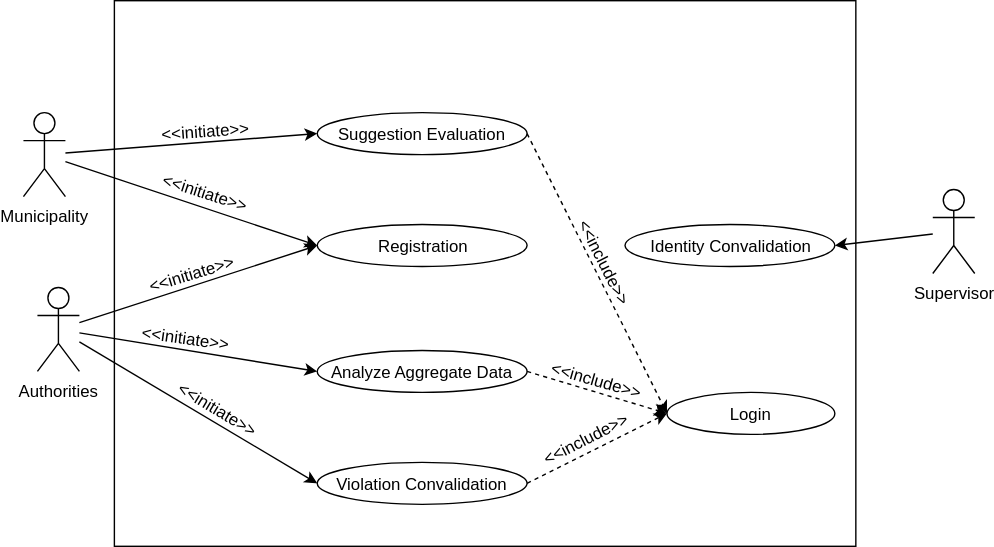
Above: Documentation/RASD/Images/UseCaseThirdparty.svg in AndreaFalanti/FalantiHuang-SwEngineering2 (draw.io), before the change. Source tidied: cells renumbered, new cells last; positions are measured from the earlier drawing's top-left corner, leaving out a move shared by most shapes.
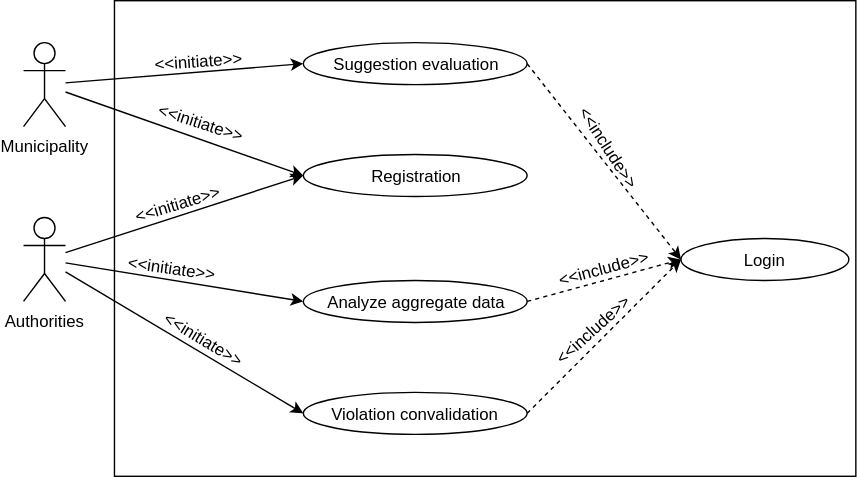
After the commit.

Change to the diagram source:
```diff
@@ -3,7 +3,7 @@
     <mxCell id="0" />
     <mxCell id="1" parent="0" />
     <mxCell id="2" style="rounded=0;whiteSpace=wrap;html=1;fillColor=none;labelBackgroundColor=none;" parent="1" vertex="1">
-      <mxGeometry x="65" width="530" height="390" as="geometry" />
+      <mxGeometry x="75" y="50" width="530" height="340" as="geometry" />
     </mxCell>
     <mxCell id="3" style="rounded=0;jettySize=auto;html=1;entryX=0;entryY=0.5;entryDx=0;entryDy=0;labelBackgroundColor=none;" parent="1" edge="1" source="9" target="11">
       <mxGeometry relative="1" as="geometry" />
@@ -33,32 +33,32 @@
       <mxGeometry x="10" y="205" width="30" height="60" as="geometry" />
     </mxCell>
     <mxCell id="10" value="Login" style="ellipse;whiteSpace=wrap;html=1;fillColor=none;labelBackgroundColor=none;" parent="1" vertex="1">
-      <mxGeometry x="460" y="280" width="120" height="30" as="geometry" />
+      <mxGeometry x="480" y="220" width="120" height="30" as="geometry" />
     </mxCell>
     <mxCell id="11" value="Registration" style="ellipse;whiteSpace=wrap;html=1;fillColor=none;labelBackgroundColor=none;" parent="1" vertex="1">
-      <mxGeometry x="210" y="160" width="150" height="30" as="geometry" />
+      <mxGeometry x="210" y="160" width="160" height="30" as="geometry" />
     </mxCell>
     <mxCell id="12" style="edgeStyle=none;rounded=0;jettySize=auto;html=1;entryX=0;entryY=0.5;entryDx=0;entryDy=0;dashed=1;exitX=1;exitY=0.5;exitDx=0;exitDy=0;labelBackgroundColor=none;" parent="1" edge="1" source="14" target="10">
       <mxGeometry relative="1" as="geometry" />
     </mxCell>
-    <mxCell id="13" value="&amp;lt;&amp;lt;include&amp;gt;&amp;gt;" style="text;html=1;align=center;verticalAlign=middle;labelBackgroundColor=none;rotation=16;" parent="12" vertex="1">
+    <mxCell id="13" value="&amp;lt;&amp;lt;include&amp;gt;&amp;gt;" style="text;html=1;align=center;verticalAlign=middle;labelBackgroundColor=none;rotation=345;" parent="12" vertex="1">
       <mxGeometry x="-0.18" y="-3" relative="1" as="geometry">
-        <mxPoint x="9.5" y="-10" as="offset" />
+        <mxPoint x="8.5" y="-15" as="offset" />
       </mxGeometry>
     </mxCell>
-    <mxCell id="14" value="Analyze Aggregate Data" style="ellipse;whiteSpace=wrap;html=1;fillColor=none;labelBackgroundColor=none;" parent="1" vertex="1">
-      <mxGeometry x="210" y="250" width="150" height="30" as="geometry" />
+    <mxCell id="14" value="Analyze aggregate data" style="ellipse;whiteSpace=wrap;html=1;fillColor=none;labelBackgroundColor=none;" parent="1" vertex="1">
+      <mxGeometry x="210" y="250" width="160" height="30" as="geometry" />
     </mxCell>
     <mxCell id="15" style="edgeStyle=none;rounded=0;jettySize=auto;html=1;entryX=0;entryY=0.5;entryDx=0;entryDy=0;dashed=1;exitX=1;exitY=0.5;exitDx=0;exitDy=0;labelBackgroundColor=none;" parent="1" edge="1" source="17" target="10">
       <mxGeometry relative="1" as="geometry" />
     </mxCell>
-    <mxCell id="16" value="&amp;lt;&amp;lt;include&amp;gt;&amp;gt;" style="text;html=1;align=center;verticalAlign=middle;labelBackgroundColor=none;rotation=333;" parent="15" vertex="1">
+    <mxCell id="16" value="&amp;lt;&amp;lt;include&amp;gt;&amp;gt;" style="text;html=1;align=center;verticalAlign=middle;labelBackgroundColor=none;rotation=318;" parent="15" vertex="1">
       <mxGeometry x="-0.08" y="2" relative="1" as="geometry">
         <mxPoint x="-3" y="-8" as="offset" />
       </mxGeometry>
     </mxCell>
-    <mxCell id="17" value="Violation Convalidation" style="ellipse;whiteSpace=wrap;html=1;fillColor=none;labelBackgroundColor=none;" parent="1" vertex="1">
-      <mxGeometry x="210" y="330" width="150" height="30" as="geometry" />
+    <mxCell id="17" value="Violation convalidation" style="ellipse;whiteSpace=wrap;html=1;fillColor=none;labelBackgroundColor=none;" parent="1" vertex="1">
+      <mxGeometry x="210" y="330" width="160" height="30" as="geometry" />
     </mxCell>
     <mxCell id="18" style="edgeStyle=none;rounded=0;jettySize=auto;html=1;entryX=0;entryY=0.5;entryDx=0;entryDy=0;labelBackgroundColor=none;" parent="1" edge="1" source="22" target="11">
       <mxGeometry relative="1" as="geometry" />
@@ -77,30 +77,26 @@
       </mxGeometry>
     </mxCell>
     <mxCell id="22" value="Municipality" style="shape=umlActor;verticalLabelPosition=bottom;labelBackgroundColor=none;verticalAlign=top;html=1;outlineConnect=0;" parent="1" vertex="1">
-      <mxGeometry y="80" width="30" height="60" as="geometry" />
+      <mxGeometry x="10" y="80" width="30" height="60" as="geometry" />
     </mxCell>
-    <mxCell id="23" value="Identity Convalidation" style="ellipse;whiteSpace=wrap;html=1;fillColor=none;labelBackgroundColor=none;" parent="1" vertex="1">
-      <mxGeometry x="430" y="160" width="150" height="30" as="geometry" />
-    </mxCell>
-    <mxCell id="24" style="edgeStyle=none;rounded=0;jettySize=auto;html=1;entryX=1;entryY=0.5;entryDx=0;entryDy=0;labelBackgroundColor=none;" parent="1" edge="1" source="25" target="23">
-      <mxGeometry relative="1" as="geometry" />
+    <mxCell id="24" style="edgeStyle=none;rounded=0;jettySize=auto;html=1;entryX=1;entryY=0.5;entryDx=0;entryDy=0;labelBackgroundColor=none;" parent="1" edge="1" target="x">
+      <mxGeometry relative="1" as="geometry">
+        <mxPoint x="660" y="166.8" as="sourcePoint" />
+      </mxGeometry>
     </mxCell>
-    <mxCell id="25" value="Supervisor" style="shape=umlActor;verticalLabelPosition=bottom;labelBackgroundColor=none;verticalAlign=top;html=1;outlineConnect=0;" parent="1" vertex="1">
-      <mxGeometry x="650" y="135" width="30" height="60" as="geometry" />
-    </mxCell>
     <mxCell id="26" style="edgeStyle=none;rounded=0;jettySize=auto;html=1;entryX=0;entryY=0.5;entryDx=0;entryDy=0;exitX=1;exitY=0.5;exitDx=0;exitDy=0;dashed=1;labelBackgroundColor=none;" parent="1" edge="1" source="29" target="10">
       <mxGeometry relative="1" as="geometry" />
     </mxCell>
     <mxCell id="27" value="&lt;span style=&quot;font-family: helvetica, arial, sans-serif; font-size: 0px;&quot;&gt;%3CmxGraphModel%3E%3Croot%3E%3CmxCell%20id%3D%220%22%2F%3E%3CmxCell%20id%3D%221%22%20parent%3D%220%22%2F%3E%3CmxCell%20id%3D%222%22%20value%3D%22Registration%22%20style%3D%22ellipse%3BwhiteSpace%3Dwrap%3Bhtml%3D1%3BfillColor%3Dnone%3B%22%20vertex%3D%221%22%20parent%3D%221%22%3E%3CmxGeometry%20x%3D%22330%22%20y%3D%22300%22%20width%3D%22150%22%20height%3D%2230%22%20as%3D%22geometry%22%2F%3E%3C%2FmxCell%3E%3C%2Froot%3E%3C%2FmxGraphModel%3E&lt;/span&gt;&lt;span style=&quot;font-family: helvetica, arial, sans-serif; font-size: 0px;&quot;&gt;%3CmxGraphModel%3E%3Croot%3E%3CmxCell%20id%3D%220%22%2F%3E%3CmxCell%20id%3D%221%22%20parent%3D%220%22%2F%3E%3CmxCell%20id%3D%222%22%20value%3D%22Registration%22%20style%3D%22ellipse%3BwhiteSpace%3Dwrap%3Bhtml%3D1%3BfillColor%3Dnone%3B%22%20vertex%3D%221%22%20parent%3D%221%22%3E%3CmxGeometry%20x%3D%22330%22%20y%3D%22300%22%20width%3D%22150%22%20height%3D%2230%22%20as%3D%22geometry%22%2F%3E%3C%2FmxCell%3E%3C%2Froot%3E%3C%2FmxGraphModel%3E&amp;lt;&amp;lt;&lt;/span&gt;" style="text;html=1;align=center;verticalAlign=middle;labelBackgroundColor=none;" parent="26" vertex="1">
       <mxGeometry x="-0.27" y="2" relative="1" as="geometry" />
     </mxCell>
-    <mxCell id="28" value="&amp;lt;&amp;lt;include&amp;gt;&amp;gt;" style="text;html=1;align=center;verticalAlign=middle;labelBackgroundColor=none;rotation=63;" parent="26" vertex="1">
+    <mxCell id="28" value="&amp;lt;&amp;lt;include&amp;gt;&amp;gt;" style="text;html=1;align=center;verticalAlign=middle;labelBackgroundColor=none;rotation=57;" parent="26" vertex="1">
       <mxGeometry x="-0.3" y="2" relative="1" as="geometry">
-        <mxPoint x="19.5" y="22" as="offset" />
+        <mxPoint x="19.5" y="12" as="offset" />
       </mxGeometry>
     </mxCell>
-    <mxCell id="29" value="Suggestion Evaluation" style="ellipse;whiteSpace=wrap;html=1;fillColor=none;labelBackgroundColor=none;" parent="1" vertex="1">
-      <mxGeometry x="210" y="80" width="150" height="30" as="geometry" />
+    <mxCell id="29" value="Suggestion evaluation" style="ellipse;whiteSpace=wrap;html=1;fillColor=none;labelBackgroundColor=none;" parent="1" vertex="1">
+      <mxGeometry x="210" y="80" width="160" height="30" as="geometry" />
     </mxCell>
   </root>
 </mxGraphModel>
```
